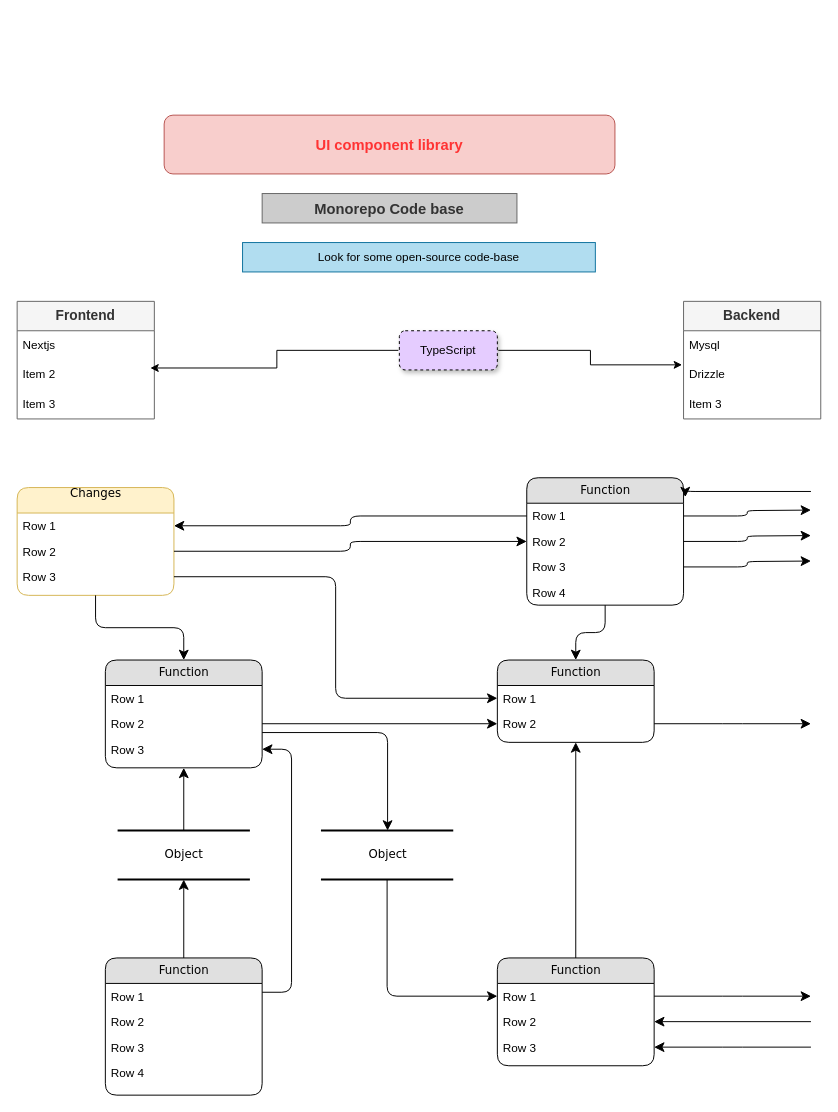
This is Untitled Diagram.drawio from 98rahul/-sample-app, a draw.io file, before an edit. Source tidied: cells renumbered, new cells numbered last; positions are measured from the earlier drawing's top-left corner, leaving out a move shared by most shapes. Both pictures are drawn from the tidied source at 98%, with x=0, y=0 at pixel (17, 115).
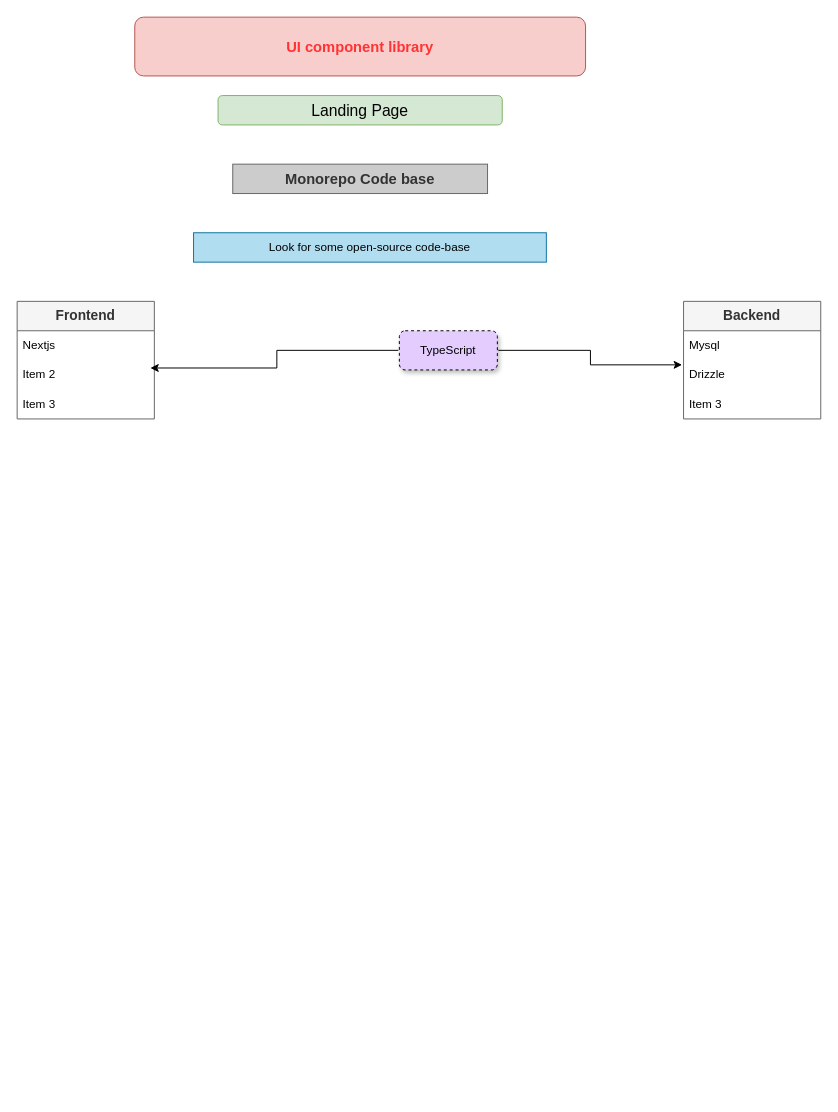
After the change.

The edit, as a diff of the source:
```diff
@@
-    <mxCell id="2" value="Object" style="html=1;rounded=0;shadow=0;comic=0;labelBackgroundColor=none;strokeWidth=2;fontFamily=Verdana;fontSize=12;align=center;shape=mxgraph.ios7ui.horLines;" parent="1" vertex="1">
-      <mxGeometry x="102.5" y="730" width="135" height="50" as="geometry" />
-    </mxCell>
-    <mxCell id="3" value="Changes&lt;div&gt;&lt;br&gt;&lt;/div&gt;" style="swimlane;html=1;fontStyle=0;horizontal=1;startSize=26;fillColor=#fff2cc;swimlaneFillColor=#ffffff;align=center;rounded=1;shadow=0;comic=0;labelBackgroundColor=none;strokeWidth=1;fontFamily=Verdana;fontSize=12;strokeColor=#d6b656;" parent="1" vertex="1">
-      <mxGeometry y="380" width="160" height="110" as="geometry" />
-    </mxCell>
-    <mxCell id="4" value="Row 1" style="text;html=1;strokeColor=none;fillColor=none;spacingLeft=4;spacingRight=4;whiteSpace=wrap;overflow=hidden;points=[[0,0.5],[1,0.5]];portConstraint=eastwest;" parent="3" vertex="1">
-      <mxGeometry y="26" width="160" height="26" as="geometry" />
-    </mxCell>
-    <mxCell id="5" value="Row 2" style="text;html=1;strokeColor=none;fillColor=none;spacingLeft=4;spacingRight=4;whiteSpace=wrap;overflow=hidden;points=[[0,0.5],[1,0.5]];portConstraint=eastwest;" parent="3" vertex="1">
-      <mxGeometry y="52" width="160" height="26" as="geometry" />
-    </mxCell>
-    <mxCell id="6" value="Row 3" style="text;html=1;strokeColor=none;fillColor=none;spacingLeft=4;spacingRight=4;whiteSpace=wrap;overflow=hidden;points=[[0,0.5],[1,0.5]];portConstraint=eastwest;" parent="3" vertex="1">
-      <mxGeometry y="78" width="160" height="26" as="geometry" />
-    </mxCell>
-    <mxCell id="7" value="Function" style="swimlane;html=1;fontStyle=0;horizontal=1;startSize=26;fillColor=#e0e0e0;swimlaneFillColor=#ffffff;align=center;rounded=1;shadow=0;comic=0;labelBackgroundColor=none;strokeWidth=1;fontFamily=Verdana;fontSize=12;" parent="1" vertex="1">
-      <mxGeometry x="520" y="370" width="160" height="130" as="geometry" />
-    </mxCell>
-    <mxCell id="8" value="Row 1" style="text;html=1;strokeColor=none;fillColor=none;spacingLeft=4;spacingRight=4;whiteSpace=wrap;overflow=hidden;points=[[0,0.5],[1,0.5]];portConstraint=eastwest;" parent="7" vertex="1">
-      <mxGeometry y="26" width="160" height="26" as="geometry" />
-    </mxCell>
-    <mxCell id="9" value="Row 2" style="text;html=1;strokeColor=none;fillColor=none;spacingLeft=4;spacingRight=4;whiteSpace=wrap;overflow=hidden;points=[[0,0.5],[1,0.5]];portConstraint=eastwest;" parent="7" vertex="1">
-      <mxGeometry y="52" width="160" height="26" as="geometry" />
-    </mxCell>
-    <mxCell id="10" value="Row 3" style="text;html=1;strokeColor=none;fillColor=none;spacingLeft=4;spacingRight=4;whiteSpace=wrap;overflow=hidden;points=[[0,0.5],[1,0.5]];portConstraint=eastwest;" parent="7" vertex="1">
-      <mxGeometry y="78" width="160" height="26" as="geometry" />
-    </mxCell>
-    <mxCell id="11" value="Row 4" style="text;html=1;strokeColor=none;fillColor=none;spacingLeft=4;spacingRight=4;whiteSpace=wrap;overflow=hidden;" parent="7" vertex="1">
-      <mxGeometry y="104" width="160" height="26" as="geometry" />
-    </mxCell>
-    <mxCell id="12" value="Function" style="swimlane;html=1;fontStyle=0;horizontal=1;startSize=26;fillColor=#e0e0e0;swimlaneFillColor=#ffffff;align=center;rounded=1;shadow=0;comic=0;labelBackgroundColor=none;strokeWidth=1;fontFamily=Verdana;fontSize=12;" parent="1" vertex="1">
-      <mxGeometry x="90" y="556" width="160" height="110" as="geometry" />
-    </mxCell>
-    <mxCell id="13" value="Row 1" style="text;html=1;strokeColor=none;fillColor=none;spacingLeft=4;spacingRight=4;whiteSpace=wrap;overflow=hidden;" parent="12" vertex="1">
-      <mxGeometry y="26" width="160" height="26" as="geometry" />
-    </mxCell>
-    <mxCell id="14" value="Row 2" style="text;html=1;strokeColor=none;fillColor=none;spacingLeft=4;spacingRight=4;whiteSpace=wrap;overflow=hidden;points=[[0,0.5],[1,0.5]];portConstraint=eastwest;" parent="12" vertex="1">
-      <mxGeometry y="52" width="160" height="26" as="geometry" />
-    </mxCell>
-    <mxCell id="15" value="Row 3" style="text;html=1;strokeColor=none;fillColor=none;spacingLeft=4;spacingRight=4;whiteSpace=wrap;overflow=hidden;points=[[0,0.5],[1,0.5]];portConstraint=eastwest;" parent="12" vertex="1">
-      <mxGeometry y="78" width="160" height="26" as="geometry" />
-    </mxCell>
-    <mxCell id="16" value="Function" style="swimlane;html=1;fontStyle=0;horizontal=1;startSize=26;fillColor=#e0e0e0;swimlaneFillColor=#ffffff;align=center;rounded=1;shadow=0;comic=0;labelBackgroundColor=none;strokeWidth=1;fontFamily=Verdana;fontSize=12;" parent="1" vertex="1">
-      <mxGeometry x="90" y="860" width="160" height="140" as="geometry" />
-    </mxCell>
-    <mxCell id="17" value="Row 1" style="text;html=1;strokeColor=none;fillColor=none;spacingLeft=4;spacingRight=4;whiteSpace=wrap;overflow=hidden;" parent="16" vertex="1">
-      <mxGeometry y="26" width="160" height="26" as="geometry" />
-    </mxCell>
-    <mxCell id="18" value="Row 2" style="text;html=1;strokeColor=none;fillColor=none;spacingLeft=4;spacingRight=4;whiteSpace=wrap;overflow=hidden;" parent="16" vertex="1">
-      <mxGeometry y="52" width="160" height="26" as="geometry" />
-    </mxCell>
-    <mxCell id="19" value="Row 3" style="text;html=1;strokeColor=none;fillColor=none;spacingLeft=4;spacingRight=4;whiteSpace=wrap;overflow=hidden;" parent="16" vertex="1">
-      <mxGeometry y="78" width="160" height="26" as="geometry" />
-    </mxCell>
-    <mxCell id="20" value="Row 4" style="text;html=1;strokeColor=none;fillColor=none;spacingLeft=4;spacingRight=4;whiteSpace=wrap;overflow=hidden;" parent="16" vertex="1">
-      <mxGeometry y="104" width="160" height="26" as="geometry" />
-    </mxCell>
-    <mxCell id="21" value="Function" style="swimlane;html=1;fontStyle=0;horizontal=1;startSize=26;fillColor=#e0e0e0;swimlaneFillColor=#ffffff;align=center;rounded=1;shadow=0;comic=0;labelBackgroundColor=none;strokeWidth=1;fontFamily=Verdana;fontSize=12;" parent="1" vertex="1">
-      <mxGeometry x="490" y="556" width="160" height="84" as="geometry" />
-    </mxCell>
-    <mxCell id="22" value="Row 1" style="text;html=1;strokeColor=none;fillColor=none;spacingLeft=4;spacingRight=4;whiteSpace=wrap;overflow=hidden;points=[[0,0.5],[1,0.5]];portConstraint=eastwest;" parent="21" vertex="1">
-      <mxGeometry y="26" width="160" height="26" as="geometry" />
-    </mxCell>
-    <mxCell id="23" value="Row 2" style="text;html=1;strokeColor=none;fillColor=none;spacingLeft=4;spacingRight=4;whiteSpace=wrap;overflow=hidden;points=[[0,0.5],[1,0.5]];portConstraint=eastwest;" parent="21" vertex="1">
-      <mxGeometry y="52" width="160" height="26" as="geometry" />
-    </mxCell>
-    <mxCell id="24" value="Function" style="swimlane;html=1;fontStyle=0;horizontal=1;startSize=26;fillColor=#e0e0e0;swimlaneFillColor=#ffffff;align=center;rounded=1;shadow=0;comic=0;labelBackgroundColor=none;strokeWidth=1;fontFamily=Verdana;fontSize=12;" parent="1" vertex="1">
-      <mxGeometry x="490" y="860" width="160" height="110" as="geometry" />
-    </mxCell>
-    <mxCell id="25" value="Row 1" style="text;html=1;strokeColor=none;fillColor=none;spacingLeft=4;spacingRight=4;whiteSpace=wrap;overflow=hidden;points=[[0,0.5],[1,0.5]];portConstraint=eastwest;" parent="24" vertex="1">
-      <mxGeometry y="26" width="160" height="26" as="geometry" />
-    </mxCell>
-    <mxCell id="26" value="Row 2" style="text;html=1;strokeColor=none;fillColor=none;spacingLeft=4;spacingRight=4;whiteSpace=wrap;overflow=hidden;points=[[0,0.5],[1,0.5]];portConstraint=eastwest;" parent="24" vertex="1">
-      <mxGeometry y="52" width="160" height="26" as="geometry" />
-    </mxCell>
-    <mxCell id="27" value="Row 3" style="text;html=1;strokeColor=none;fillColor=none;spacingLeft=4;spacingRight=4;whiteSpace=wrap;overflow=hidden;points=[[0,0.5],[1,0.5]];portConstraint=eastwest;" parent="24" vertex="1">
-      <mxGeometry y="78" width="160" height="26" as="geometry" />
-    </mxCell>
-    <mxCell id="28" value="Object" style="html=1;rounded=0;shadow=0;comic=0;labelBackgroundColor=none;strokeWidth=2;fontFamily=Verdana;fontSize=12;align=center;shape=mxgraph.ios7ui.horLines;" parent="1" vertex="1">
-      <mxGeometry x="310" y="730" width="135" height="50" as="geometry" />
-    </mxCell>
-    <mxCell id="29" style="edgeStyle=none;html=1;labelBackgroundColor=none;startFill=0;startSize=8;endFill=1;endSize=8;fontFamily=Verdana;fontSize=12;" parent="1" edge="1" source="16" target="2">
-      <mxGeometry relative="1" as="geometry" />
-    </mxCell>
-    <mxCell id="30" style="edgeStyle=none;html=1;labelBackgroundColor=none;startFill=0;startSize=8;endFill=1;endSize=8;fontFamily=Verdana;fontSize=12;" parent="1" edge="1" source="2" target="12">
-      <mxGeometry relative="1" as="geometry" />
-    </mxCell>
-    <mxCell id="31" style="edgeStyle=orthogonalEdgeStyle;html=1;labelBackgroundColor=none;startFill=0;startSize=8;endFill=1;endSize=8;fontFamily=Verdana;fontSize=12;exitX=1;exitY=0.25;entryX=1;entryY=0.5;" parent="1" edge="1" source="16" target="15">
-      <mxGeometry relative="1" as="geometry">
-        <Array as="points">
-          <mxPoint x="280" y="895" />
-          <mxPoint x="280" y="647" />
-        </Array>
-      </mxGeometry>
-    </mxCell>
-    <mxCell id="32" style="edgeStyle=orthogonalEdgeStyle;html=1;labelBackgroundColor=none;startFill=0;startSize=8;endFill=1;endSize=8;fontFamily=Verdana;fontSize=12;" parent="1" edge="1" source="28" target="25">
-      <mxGeometry x="-0.13" y="32" relative="1" as="geometry" />
-    </mxCell>
-    <mxCell id="33" style="edgeStyle=orthogonalEdgeStyle;html=1;labelBackgroundColor=none;startFill=0;startSize=8;endFill=1;endSize=8;fontFamily=Verdana;fontSize=12;" parent="1" edge="1" source="12" target="28">
-      <mxGeometry relative="1" as="geometry">
-        <Array as="points">
-          <mxPoint x="378" y="630" />
-        </Array>
-      </mxGeometry>
-    </mxCell>
-    <mxCell id="34" style="edgeStyle=orthogonalEdgeStyle;html=1;labelBackgroundColor=none;startFill=0;startSize=8;endFill=1;endSize=8;fontFamily=Verdana;fontSize=12;" parent="1" edge="1" source="3" target="12">
-      <mxGeometry relative="1" as="geometry" />
-    </mxCell>
-    <mxCell id="35" style="edgeStyle=orthogonalEdgeStyle;html=1;labelBackgroundColor=none;startFill=0;startSize=8;endFill=1;endSize=8;fontFamily=Verdana;fontSize=12;" parent="1" edge="1" source="24" target="21">
-      <mxGeometry relative="1" as="geometry" />
-    </mxCell>
-    <mxCell id="36" style="edgeStyle=orthogonalEdgeStyle;html=1;labelBackgroundColor=none;startFill=0;startSize=8;endFill=1;endSize=8;fontFamily=Verdana;fontSize=12;" parent="1" edge="1" source="7" target="21">
-      <mxGeometry relative="1" as="geometry" />
-    </mxCell>
-    <mxCell id="37" style="edgeStyle=orthogonalEdgeStyle;html=1;entryX=0;entryY=0.5;labelBackgroundColor=none;startFill=0;startSize=8;endFill=1;endSize=8;fontFamily=Verdana;fontSize=12;exitX=1;exitY=0.5;" parent="1" edge="1" source="5" target="9">
-      <mxGeometry relative="1" as="geometry" />
-    </mxCell>
-    <mxCell id="38" style="edgeStyle=orthogonalEdgeStyle;html=1;exitX=0;exitY=0.5;entryX=1;entryY=0.5;labelBackgroundColor=none;startFill=0;startSize=8;endFill=1;endSize=8;fontFamily=Verdana;fontSize=12;" parent="1" edge="1" source="8" target="4">
-      <mxGeometry relative="1" as="geometry" />
-    </mxCell>
-    <mxCell id="39" style="edgeStyle=orthogonalEdgeStyle;html=1;exitX=1;exitY=0.5;entryX=0;entryY=0.5;labelBackgroundColor=none;startFill=0;startSize=8;endFill=1;endSize=8;fontFamily=Verdana;fontSize=12;" parent="1" edge="1" source="6" target="22">
-      <mxGeometry relative="1" as="geometry" />
-    </mxCell>
-    <mxCell id="40" style="edgeStyle=orthogonalEdgeStyle;html=1;exitX=1;exitY=0.5;entryX=0;entryY=0.5;labelBackgroundColor=none;startFill=0;startSize=8;endFill=1;endSize=8;fontFamily=Verdana;fontSize=12;" parent="1" edge="1" source="14" target="23">
-      <mxGeometry relative="1" as="geometry" />
-    </mxCell>
-    <mxCell id="41" style="edgeStyle=orthogonalEdgeStyle;html=1;labelBackgroundColor=none;startFill=0;startSize=8;endFill=1;endSize=8;fontFamily=Verdana;fontSize=12;" parent="1" edge="1" source="23">
-      <mxGeometry relative="1" as="geometry">
-        <mxPoint x="810" y="621" as="targetPoint" />
-      </mxGeometry>
-    </mxCell>
-    <mxCell id="42" style="edgeStyle=orthogonalEdgeStyle;html=1;exitX=1;exitY=0.5;labelBackgroundColor=none;startFill=0;startSize=8;endFill=1;endSize=8;fontFamily=Verdana;fontSize=12;" parent="1" edge="1" source="25">
-      <mxGeometry relative="1" as="geometry">
-        <mxPoint x="810" y="899" as="targetPoint" />
-      </mxGeometry>
-    </mxCell>
-    <mxCell id="43" style="edgeStyle=orthogonalEdgeStyle;html=1;labelBackgroundColor=none;startFill=0;startSize=8;endFill=1;endSize=8;fontFamily=Verdana;fontSize=12;entryX=1;entryY=0.5;" parent="1" edge="1" target="26">
-      <mxGeometry relative="1" as="geometry">
-        <mxPoint x="810" y="925" as="sourcePoint" />
-        <Array as="points">
-          <mxPoint x="810" y="925" />
-        </Array>
-      </mxGeometry>
-    </mxCell>
-    <mxCell id="44" style="edgeStyle=orthogonalEdgeStyle;html=1;labelBackgroundColor=none;startFill=0;startSize=8;endFill=1;endSize=8;fontFamily=Verdana;fontSize=12;entryX=1;entryY=0.5;" parent="1" edge="1" target="27">
-      <mxGeometry relative="1" as="geometry">
-        <mxPoint x="810" y="951" as="sourcePoint" />
-        <Array as="points">
-          <mxPoint x="730" y="951" />
-          <mxPoint x="730" y="951" />
-        </Array>
-      </mxGeometry>
-    </mxCell>
-    <mxCell id="45" style="edgeStyle=orthogonalEdgeStyle;html=1;exitX=1;exitY=0.5;labelBackgroundColor=none;startFill=0;startSize=8;endFill=1;endSize=8;fontFamily=Verdana;fontSize=12;" parent="1" edge="1" source="8">
-      <mxGeometry relative="1" as="geometry">
-        <mxPoint x="810" y="403" as="targetPoint" />
-      </mxGeometry>
-    </mxCell>
-    <mxCell id="46" style="edgeStyle=orthogonalEdgeStyle;html=1;exitX=1;exitY=0.5;labelBackgroundColor=none;startFill=0;startSize=8;endFill=1;endSize=8;fontFamily=Verdana;fontSize=12;" parent="1" edge="1" source="9">
-      <mxGeometry relative="1" as="geometry">
-        <mxPoint x="810" y="429" as="targetPoint" />
-      </mxGeometry>
-    </mxCell>
-    <mxCell id="47" style="edgeStyle=orthogonalEdgeStyle;html=1;exitX=1;exitY=0.5;labelBackgroundColor=none;startFill=0;startSize=8;endFill=1;endSize=8;fontFamily=Verdana;fontSize=12;" parent="1" edge="1" source="10">
-      <mxGeometry relative="1" as="geometry">
-        <mxPoint x="810" y="455" as="targetPoint" />
-      </mxGeometry>
-    </mxCell>
-    <mxCell id="48" style="edgeStyle=elbowEdgeStyle;html=1;labelBackgroundColor=none;startFill=0;startSize=8;endFill=1;endSize=8;fontFamily=Verdana;fontSize=12;elbow=vertical;entryX=1.011;entryY=0.152;entryPerimeter=0;" parent="1" edge="1" target="7">
-      <mxGeometry relative="1" as="geometry">
-        <mxPoint x="810" y="384" as="sourcePoint" />
-        <Array as="points">
-          <mxPoint x="740" y="384" />
-        </Array>
-      </mxGeometry>
-    </mxCell>
     <mxCell id="49" value="UI component library" style="rounded=1;whiteSpace=wrap;html=1;fillColor=#f8cecc;strokeColor=#b85450;fontSize=15;fontStyle=1;fontColor=#FF3333;" parent="1" vertex="1">
-      <mxGeometry x="150" width="460" height="60" as="geometry" />
+      <mxGeometry x="120" y="-100" width="460" height="60" as="geometry" />
     </mxCell>
@@
     <mxCell id="61" value="&lt;font style=&quot;font-size: 15px;&quot;&gt;&lt;b&gt;Monorepo Code base&lt;/b&gt;&lt;/font&gt;" style="text;html=1;align=center;verticalAlign=middle;whiteSpace=wrap;rounded=0;fillColor=#CCCCCC;fontColor=#333333;strokeColor=#666666;" parent="1" vertex="1">
-      <mxGeometry x="250" y="80" width="260" height="30" as="geometry" />
+      <mxGeometry x="220" y="50" width="260" height="30" as="geometry" />
     </mxCell>
     <mxCell id="62" value="Look for some open-source code-base" style="text;html=1;align=center;verticalAlign=middle;whiteSpace=wrap;rounded=0;fillColor=#b1ddf0;strokeColor=#10739e;" parent="1" vertex="1">
-      <mxGeometry x="230" y="130" width="360" height="30" as="geometry" />
+      <mxGeometry x="180" y="120" width="360" height="30" as="geometry" />
     </mxCell>
+    <mxCell id="63" value="&lt;font style=&quot;font-size: 16px;&quot;&gt;Landing Page&lt;/font&gt;" style="rounded=1;whiteSpace=wrap;html=1;fillColor=#d5e8d4;strokeColor=#82b366;" parent="1" vertex="1">
+      <mxGeometry x="205" y="-20" width="290" height="30" as="geometry" />
+    </mxCell>
```
